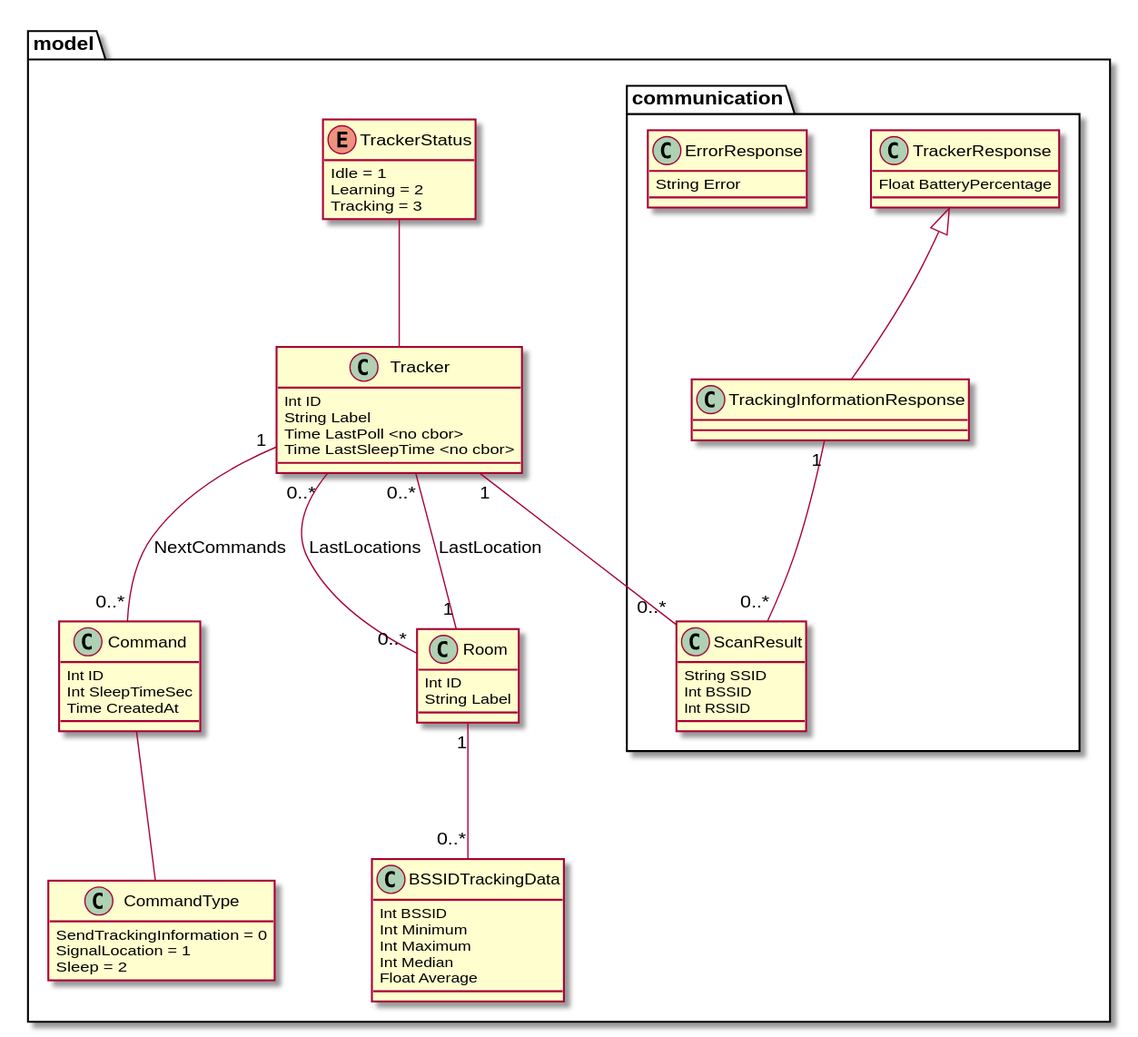
The PlantUML diagram paper/images/uml.svg in glidingthroughspace/paper-tracker, before a commit.
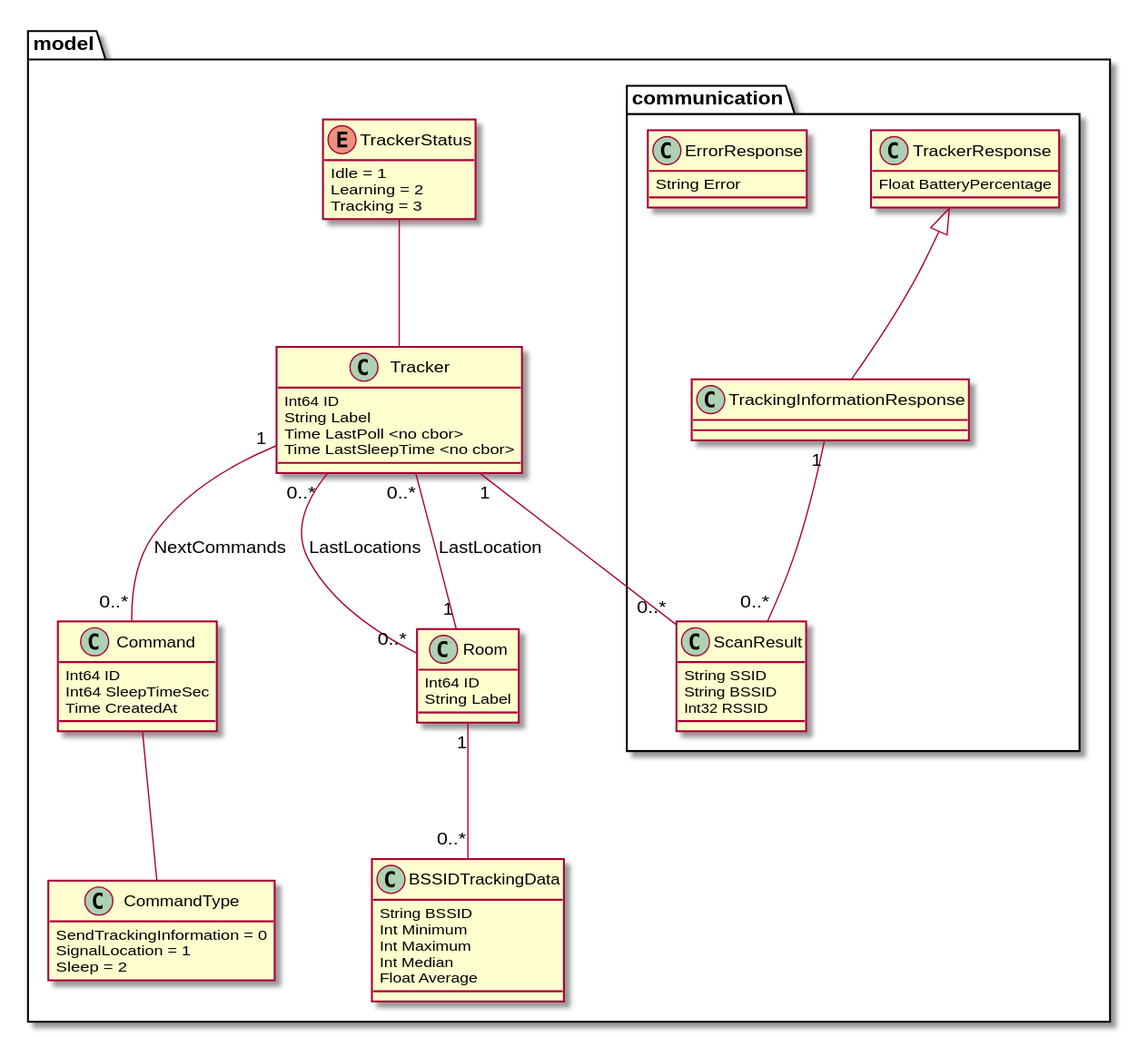
The same file after the commit.

Commit message:
Update uml with specific Int and BSSID String

What changed in the source:
```diff
@@ -4,7 +4,7 @@
 
 package model {
   class Tracker {
-    Int ID
+    Int64 ID
     String Label
     Time LastPoll <no cbor>
     Time LastSleepTime <no cbor>
@@ -18,8 +18,8 @@
   hide TrackerStatus methods
 
   class Command {
-    Int ID
-    Int SleepTimeSec
+    Int64 ID
+    Int64 SleepTimeSec
     Time CreatedAt
   }
 
@@ -30,24 +30,24 @@
   }
   hide CommandType methods
   together {
-  	class Command
+    class Command
     class CommandType
   }
 
   class Room {
-    Int ID
+    Int64 ID
     String Label
   }
 
   class BSSIDTrackingData {
-    Int BSSID
+    String BSSID
     Int Minimum
     Int Maximum
     Int Median
     Float Average
   }
   together {
-  	class Room
+    class Room
     class BSSIDTrackingData
   }
 
@@ -61,8 +61,8 @@
 
     class ScanResult {
       String SSID
-      Int BSSID
-      Int RSSID
+      String BSSID
+      Int32 RSSID
     }
 
     class ErrorResponse {
```
